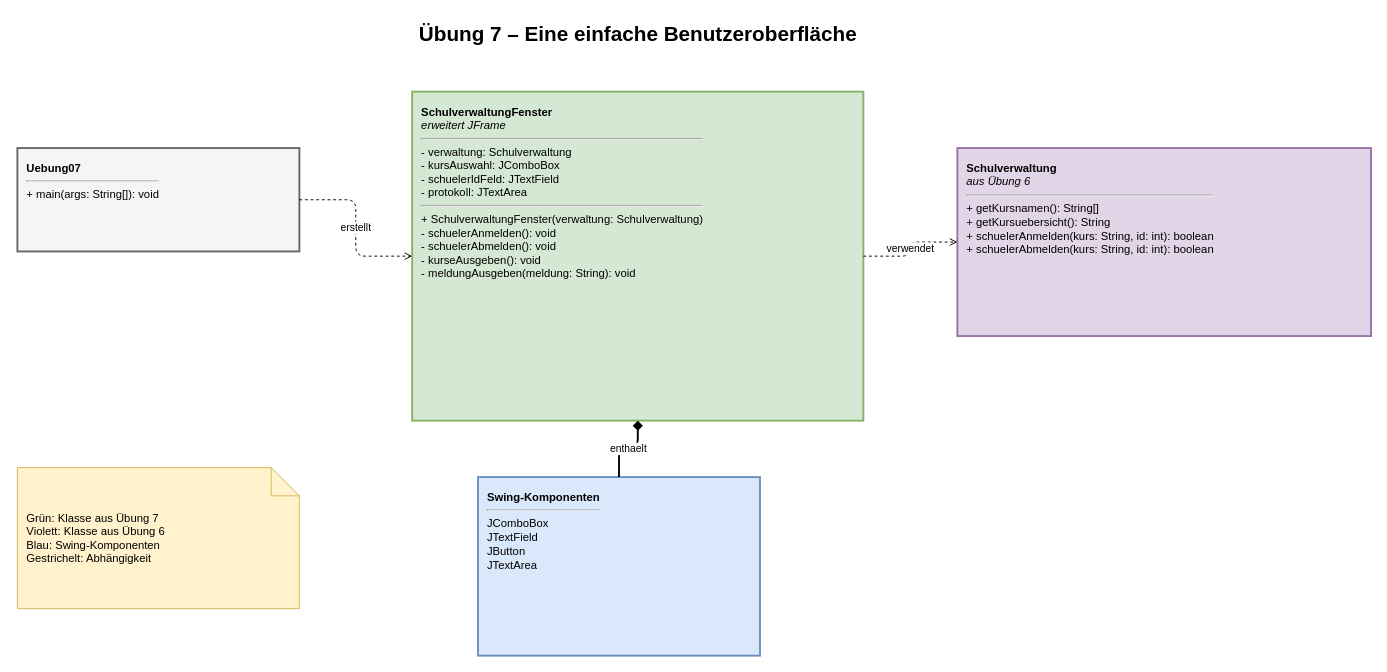
Above: diagramme/uebung07_benutzeroberflaeche.drawio in thehahue/oop (draw.io), before the change. Source tidied: cells renumbered, new cells numbered last; positions are measured from the earlier drawing's top-left corner, leaving out a move shared by most shapes. Both pictures are drawn from the tidied source at 94%, with x=0, y=0 at pixel (17, 16).
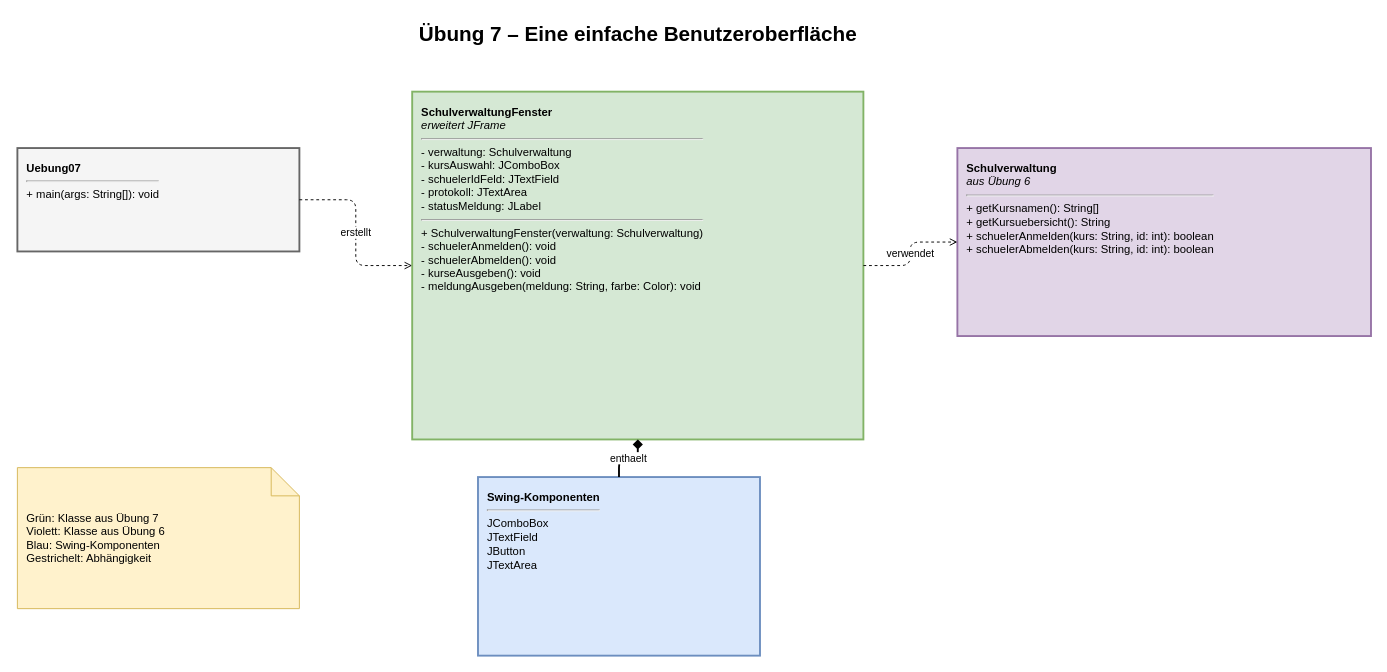
Above is the later version.

Commit message (it also covers changes not shown here):
Solve exercise 7 task 3

The edit, as a diff of the source:
```diff
@@
 <mxGraphModel>
   <root>
     <mxCell id="0" />
     <mxCell id="1" parent="0" />
     <mxCell id="2" value="Übung 7 – Eine einfache Benutzeroberfläche" style="text;html=1;align=center;fontSize=22;fontStyle=1;" parent="1" vertex="1">
       <mxGeometry x="310" width="700" height="40" as="geometry" />
     </mxCell>
     <mxCell id="3" value="&lt;b&gt;Uebung07&lt;/b&gt;&lt;hr&gt;+ main(args: String[]): void" style="rounded=0;verticalAlign=top;spacingTop=8;html=1;strokeWidth=2;fillColor=#f5f5f5;strokeColor=#666666;align=left;spacingLeft=8;whiteSpace=wrap;" parent="1" vertex="1">
       <mxGeometry y="140" width="300" height="110" as="geometry" />
     </mxCell>
-    <mxCell id="4" value="&lt;b&gt;SchulverwaltungFenster&lt;/b&gt;&lt;br&gt;&lt;i&gt;erweitert JFrame&lt;/i&gt;&lt;hr&gt;- verwaltung: Schulverwaltung&lt;br&gt;- kursAuswahl: JComboBox&lt;br&gt;- schuelerIdFeld: JTextField&lt;br&gt;- protokoll: JTextArea&lt;hr&gt;+ SchulverwaltungFenster(verwaltung: Schulverwaltung)&lt;br&gt;- schuelerAnmelden(): void&lt;br&gt;- schuelerAbmelden(): void&lt;br&gt;- kurseAusgeben(): void&lt;br&gt;- meldungAusgeben(meldung: String): void" style="rounded=0;verticalAlign=top;spacingTop=8;html=1;strokeWidth=2;fillColor=#d5e8d4;strokeColor=#82b366;align=left;spacingLeft=8;whiteSpace=wrap;" parent="1" vertex="1">
-      <mxGeometry x="420" y="80" width="480" height="350" as="geometry" />
+    <mxCell id="4" value="&lt;b&gt;SchulverwaltungFenster&lt;/b&gt;&lt;br&gt;&lt;i&gt;erweitert JFrame&lt;/i&gt;&lt;hr&gt;- verwaltung: Schulverwaltung&lt;br&gt;- kursAuswahl: JComboBox&lt;br&gt;- schuelerIdFeld: JTextField&lt;br&gt;- protokoll: JTextArea&lt;br&gt;- statusMeldung: JLabel&lt;hr&gt;+ SchulverwaltungFenster(verwaltung: Schulverwaltung)&lt;br&gt;- schuelerAnmelden(): void&lt;br&gt;- schuelerAbmelden(): void&lt;br&gt;- kurseAusgeben(): void&lt;br&gt;- meldungAusgeben(meldung: String, farbe: Color): void" style="rounded=0;verticalAlign=top;spacingTop=8;html=1;strokeWidth=2;fillColor=#d5e8d4;strokeColor=#82b366;align=left;spacingLeft=8;whiteSpace=wrap;" parent="1" vertex="1">
+      <mxGeometry x="420" y="80" width="480" height="370" as="geometry" />
     </mxCell>
     <mxCell id="5" value="&lt;b&gt;Schulverwaltung&lt;/b&gt;&lt;br&gt;&lt;i&gt;aus Übung 6&lt;/i&gt;&lt;hr&gt;+ getKursnamen(): String[]&lt;br&gt;+ getKursuebersicht(): String&lt;br&gt;+ schuelerAnmelden(kurs: String, id: int): boolean&lt;br&gt;+ schuelerAbmelden(kurs: String, id: int): boolean" style="rounded=0;verticalAlign=top;spacingTop=8;html=1;strokeWidth=2;fillColor=#e1d5e7;strokeColor=#9673a6;align=left;spacingLeft=8;whiteSpace=wrap;" parent="1" vertex="1">
       <mxGeometry x="1000" y="140" width="440" height="200" as="geometry" />
     </mxCell>
     <mxCell id="6" value="&lt;b&gt;Swing-Komponenten&lt;/b&gt;&lt;hr&gt;JComboBox&lt;br&gt;JTextField&lt;br&gt;JButton&lt;br&gt;JTextArea" style="rounded=0;verticalAlign=top;spacingTop=8;html=1;strokeWidth=2;fillColor=#dae8fc;strokeColor=#6c8ebf;align=left;spacingLeft=8;whiteSpace=wrap;" parent="1" vertex="1">
       <mxGeometry x="490" y="490" width="300" height="190" as="geometry" />
     </mxCell>
     <mxCell id="7" value="erstellt" style="edgeStyle=orthogonalEdgeStyle;html=1;dashed=1;endArrow=open;endFill=0;" parent="1" edge="1" source="3" target="4">
       <mxGeometry relative="1" as="geometry" />
     </mxCell>
     <mxCell id="8" value="verwendet" style="edgeStyle=orthogonalEdgeStyle;html=1;dashed=1;endArrow=open;endFill=0;" parent="1" edge="1" source="4" target="5">
       <mxGeometry relative="1" as="geometry" />
     </mxCell>
     <mxCell id="9" value="enthaelt" style="edgeStyle=orthogonalEdgeStyle;html=1;startArrow=diamond;startFill=1;endArrow=none;strokeWidth=2;" parent="1" edge="1" source="4" target="6">
       <mxGeometry relative="1" as="geometry" />
     </mxCell>
     <mxCell id="10" value="Grün: Klasse aus Übung 7&#10;Violett: Klasse aus Übung 6&#10;Blau: Swing-Komponenten&#10;Gestrichelt: Abhängigkeit" style="shape=note;whiteSpace=wrap;html=1;fillColor=#fff2cc;strokeColor=#d6b656;align=left;spacingLeft=8;" parent="1" vertex="1">
       <mxGeometry y="480" width="300" height="150" as="geometry" />
     </mxCell>
   </root>
 </mxGraphModel>
```
